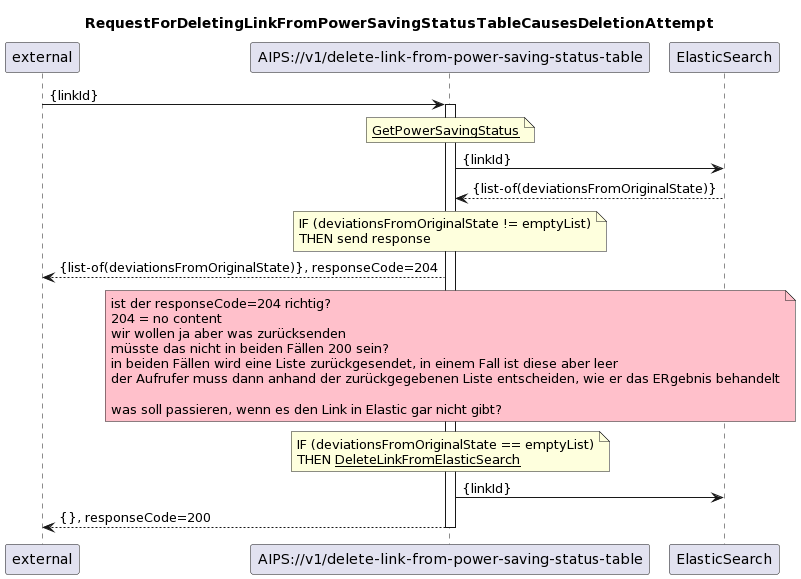
The PlantUML diagram spec/diagrams/07_PowerSavingStatus/705_deleteLinkFromPowerSavingStatusTable.png in openBackhaul/AirInterfacePowerSaver, before a commit.
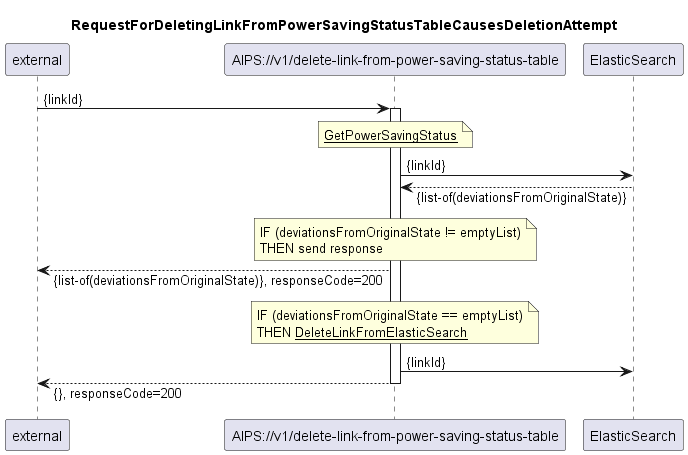
After the commit.

Commit message:
refined diagrams

The edit, as a diff of the source:
```diff
@@ -1,4 +1,4 @@
-@startuml
+@startuml 705_deleteLinkFromPowerSavingStatusTable
 skinparam responseMessageBelowArrow true
 
 title
@@ -22,19 +22,7 @@
     IF (deviationsFromOriginalState != emptyList)
     THEN send response
 end note
-delete --> requestor: {list-of(deviationsFromOriginalState)}, responseCode=204
-
-note over delete #Pink
-  ist der responseCode=204 richtig?
-  204 = no content
-  wir wollen ja aber was zurücksenden
-  müsste das nicht in beiden Fällen 200 sein?
-  in beiden Fällen wird eine Liste zurückgesendet, in einem Fall ist diese aber leer
-  der Aufrufer muss dann anhand der zurückgegebenen Liste entscheiden, wie er das ERgebnis behandelt
-
-  was soll passieren, wenn es den Link in Elastic gar nicht gibt?
-end note
-
+delete --> requestor: {list-of(deviationsFromOriginalState)}, responseCode=200
 
 note over delete
     IF (deviationsFromOriginalState == emptyList)
@@ -49,4 +37,5 @@
 
 
 deactivate delete
+
 @enduml
```
